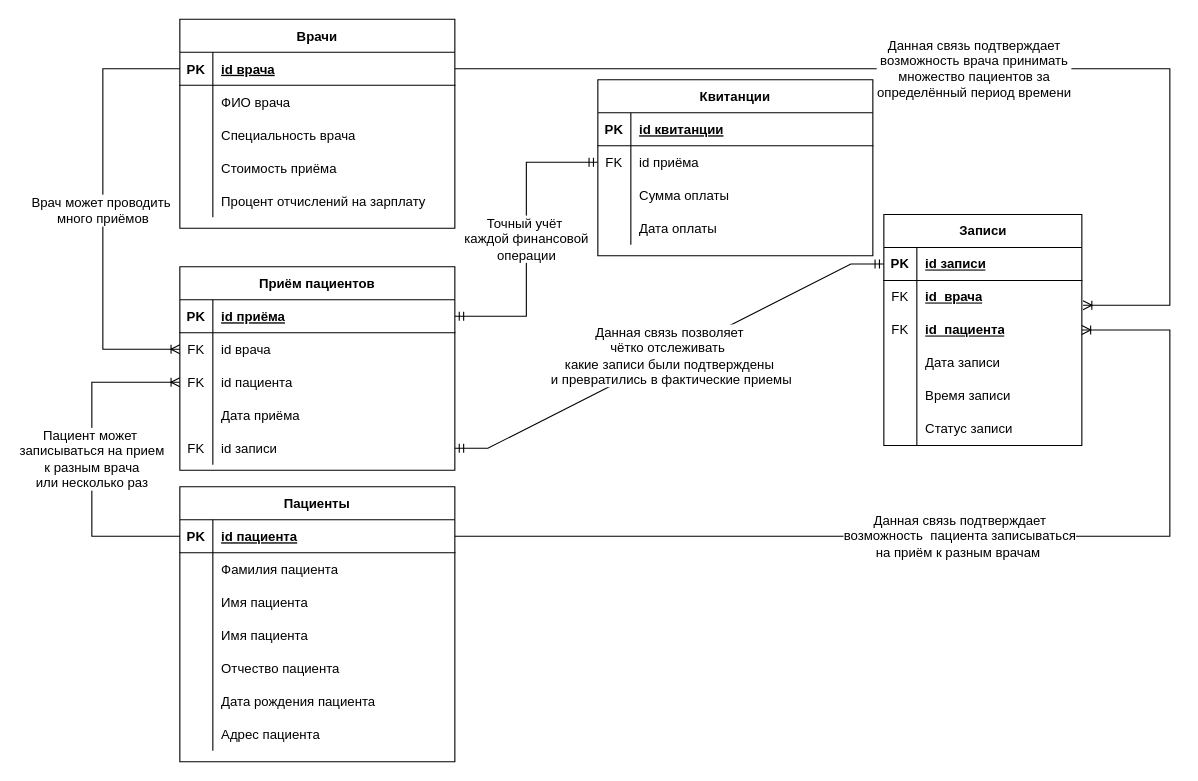
The draw.io diagram Диаграмма без названия.drawio in Jook112/scaling-octo-funicular, before the edit. Source tidied: cells renumbered, new cells numbered last; positions are measured from the earlier drawing's top-left corner, leaving out a move shared by most shapes. Both pictures are drawn from the tidied source at 110%, with x=0, y=0 at pixel (91, 19).
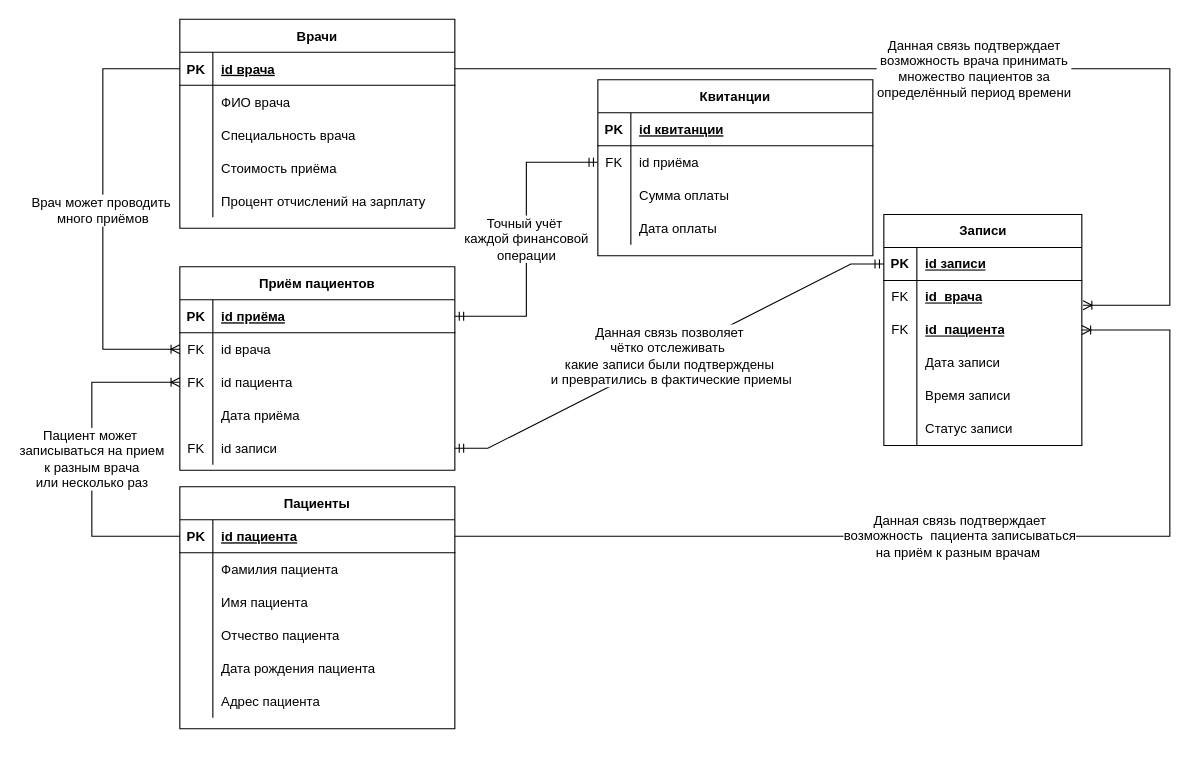
The same page after the edit.

The edit, as a diff of the source:
```diff
@@
     <mxCell id="2" value="Пациенты" style="shape=table;startSize=30;childLayout=tableLayout;rowLines=0;fontStyle=1;align=center;" parent="1" vertex="1">
-      <mxGeometry x="80" y="425" width="250" height="250" as="geometry" />
+      <mxGeometry x="80" y="425" width="250" height="220" as="geometry" />
     </mxCell>
@@
-    <mxCell id="12" style="shape=partialRectangle;fillColor=none;top=0;left=0;right=0;bottom=0;" parent="2" vertex="1">
-      <mxGeometry y="120" width="250" height="30" as="geometry" />
-    </mxCell>
-    <mxCell id="13" style="shape=partialRectangle;overflow=hidden;fillColor=none;top=0;left=0;bottom=0;right=0;" parent="12" vertex="1">
-      <mxGeometry width="30" height="30" as="geometry" />
-    </mxCell>
-    <mxCell id="14" value="Имя пациента" style="shape=partialRectangle;overflow=hidden;fillColor=none;top=0;left=0;bottom=0;right=0;align=left;spacingLeft=6;" parent="12" vertex="1">
-      <mxGeometry x="30" width="220" height="30" as="geometry" />
-    </mxCell>
     <mxCell id="15" style="shape=partialRectangle;fillColor=none;top=0;left=0;right=0;bottom=0;" parent="2" vertex="1">
-      <mxGeometry y="150" width="250" height="30" as="geometry" />
+      <mxGeometry y="120" width="250" height="30" as="geometry" />
     </mxCell>
@@
     <mxCell id="18" style="shape=partialRectangle;fillColor=none;top=0;left=0;right=0;bottom=0;" parent="2" vertex="1">
-      <mxGeometry y="180" width="250" height="30" as="geometry" />
+      <mxGeometry y="150" width="250" height="30" as="geometry" />
     </mxCell>
@@
     <mxCell id="21" style="shape=partialRectangle;fillColor=none;top=0;left=0;right=0;bottom=0;" parent="2" vertex="1">
-      <mxGeometry y="210" width="250" height="30" as="geometry" />
+      <mxGeometry y="180" width="250" height="30" as="geometry" />
     </mxCell>
```
